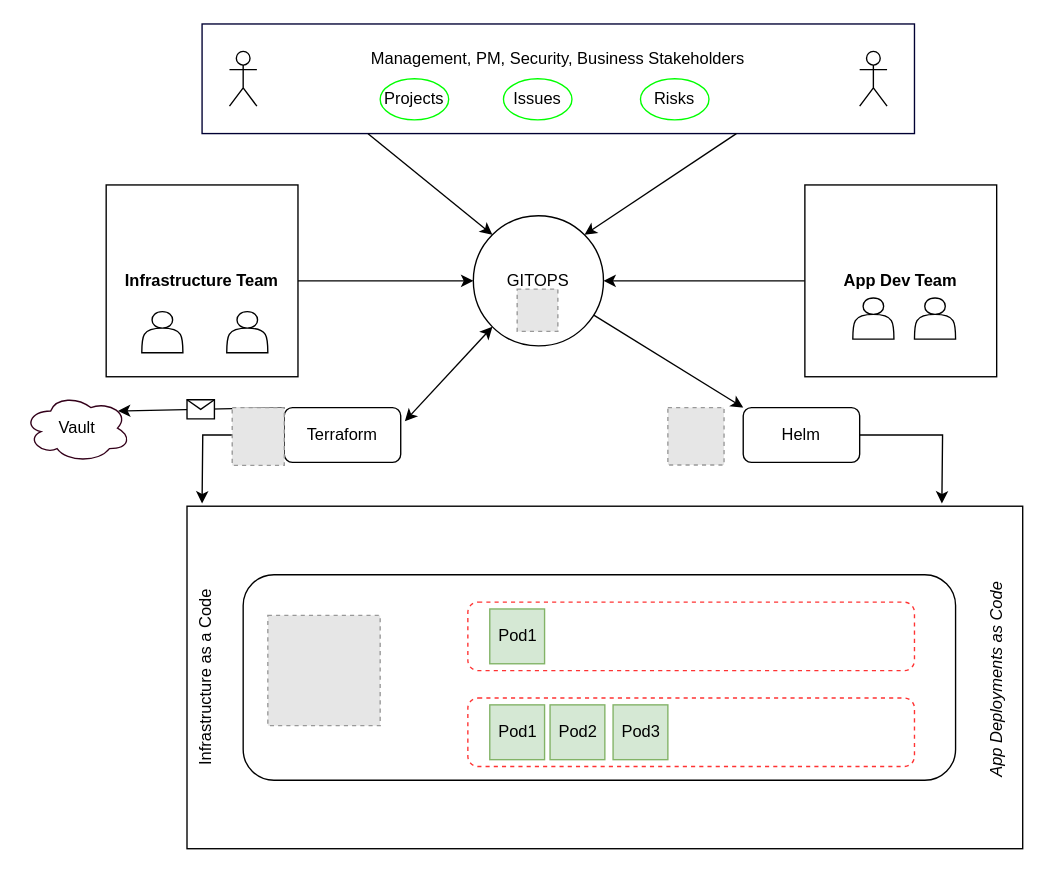
Above: Untitled Diagram.drawio in Bhoopesh123/kubernetes (draw.io), before the change. Source tidied: cells renumbered, new cells numbered last; positions are measured from the earlier drawing's top-left corner, leaving out a move shared by most shapes. Both pictures are drawn from the tidied source at 137%, with x=0, y=0 at pixel (23, 23). Pictures stored in the file or linked from it are replaced by grey dashed boxes.
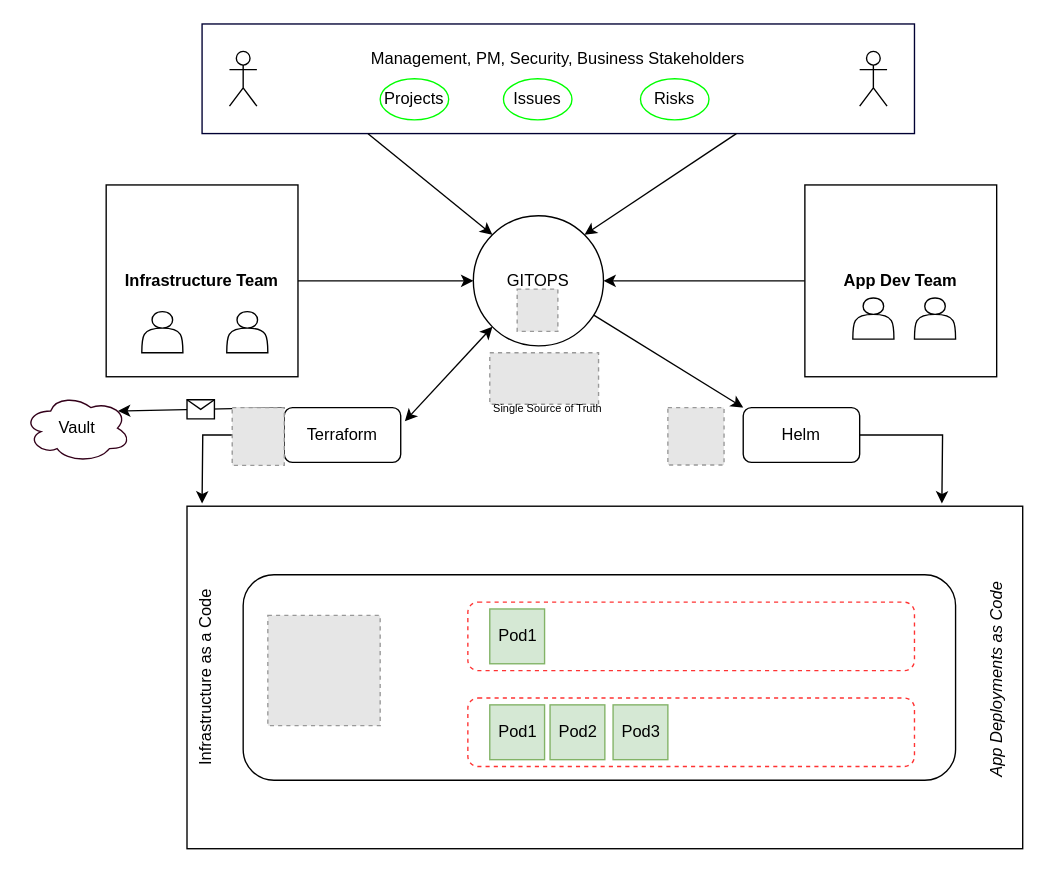
After the change.

The edit, as a diff of the source:
```diff
@@
+    <mxCell id="41" style="fillColor=#E6E6E6;strokeColor=#999999;dashed=1;verticalLabelPosition=bottom;labelBackgroundColor=#ffffff;verticalAlign=top;" parent="1" vertex="1">
+      <mxGeometry x="340" y="240" width="79.4" height="37.6" as="geometry" />
+    </mxCell>
+    <mxCell id="42" value="&lt;font style=&quot;font-size: 8px&quot;&gt;Single Source of Truth&lt;/font&gt;" style="text;html=1;strokeColor=none;fillColor=none;align=center;verticalAlign=middle;whiteSpace=wrap;rounded=0;" parent="1" vertex="1">
+      <mxGeometry x="340" y="270" width="84.5" height="20" as="geometry" />
+    </mxCell>
```
